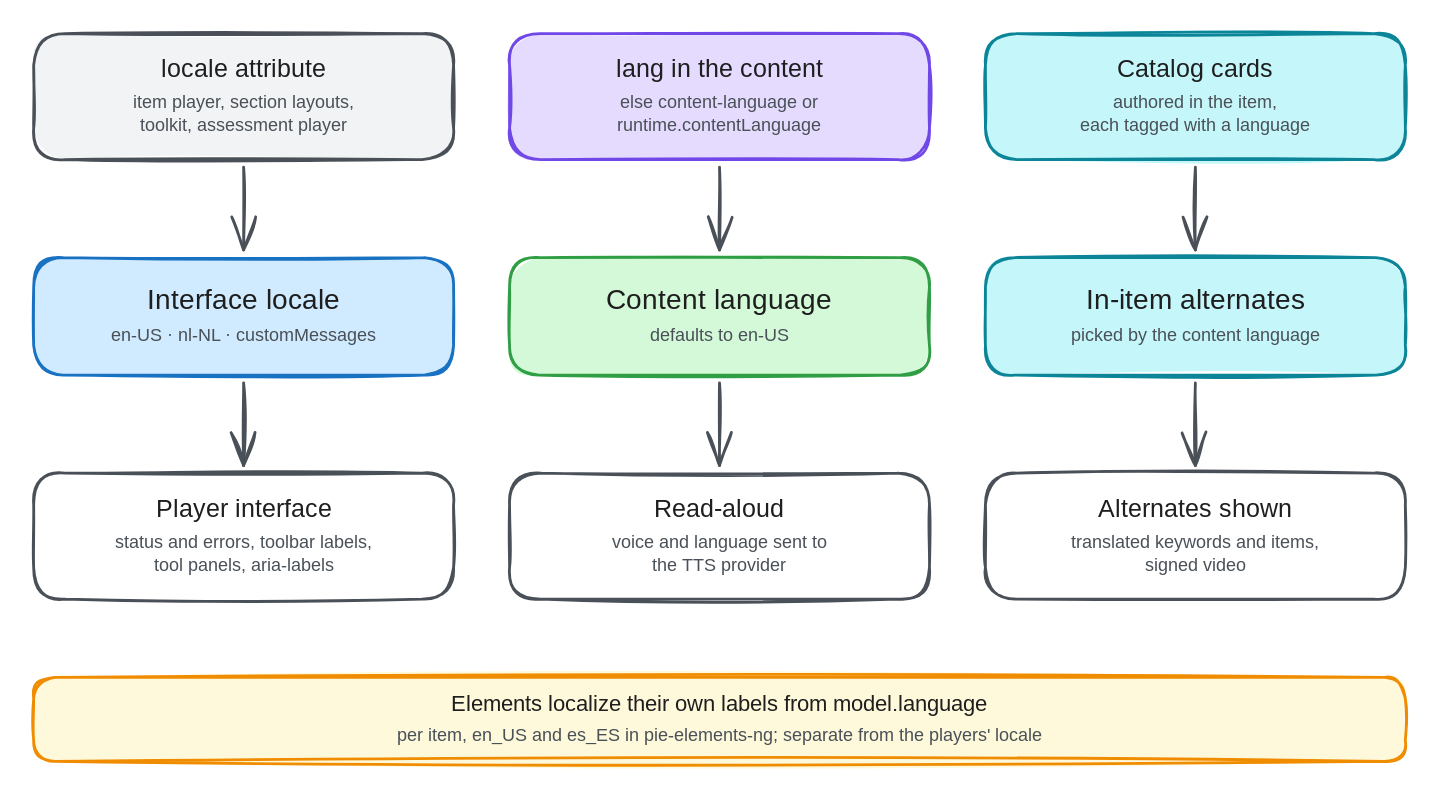
This is packages/pie-website-app/static/images/diagrams/localization-channels.excalidraw.svg from pie-framework/pie-website-ng, a Excalidraw export, as it was before one commit. Source tidied: one line per element, renumbered; positions are measured from the earlier drawing's top-left corner, leaving out a move shared by most shapes. Its diagram source:
```json
{"id": 0, "type": "rectangle", "strokeColor": "#495057", "backgroundColor": "#f1f3f5", "fillStyle": "solid", "strokeWidth": 2, "roughness": 1, "round": true, "x": 0, "y": 0, "width": 300, "height": 90}
{"id": 1, "type": "text", "text": "locale attribute", "strokeColor": "#1e1e1e", "strokeWidth": 2, "roughness": 1, "fontSize": 18, "fontFamily": 5, "textAlign": "center", "x": 81, "y": 16, "width": 137, "height": 22}
{"id": 2, "type": "text", "text": "item player, section layouts,\ntoolkit, assessment player", "strokeColor": "#495057", "strokeWidth": 2, "roughness": 1, "fontSize": 13, "fontFamily": 5, "textAlign": "center", "x": 62, "y": 42, "width": 176, "height": 32}
{"id": 3, "type": "rectangle", "strokeColor": "#1971c2", "backgroundColor": "#d0ebff", "fillStyle": "solid", "strokeWidth": 2, "roughness": 1, "round": true, "x": 0, "y": 160, "width": 300, "height": 84}
{"id": 4, "type": "text", "text": "Interface locale", "strokeColor": "#1e1e1e", "strokeWidth": 2, "roughness": 1, "fontSize": 20, "fontFamily": 5, "textAlign": "center", "x": 72, "y": 179, "width": 155, "height": 25}
{"id": 5, "type": "text", "text": "en-US · nl-NL · customMessages", "strokeColor": "#495057", "strokeWidth": 2, "roughness": 1, "fontSize": 13, "fontFamily": 5, "textAlign": "center", "x": 51, "y": 208, "width": 197, "height": 16}
{"id": 6, "type": "rectangle", "strokeColor": "#495057", "backgroundColor": "#ffffff", "fillStyle": "solid", "strokeWidth": 2, "roughness": 1, "round": true, "x": 0, "y": 314, "width": 300, "height": 90}
{"id": 7, "type": "text", "text": "Player interface", "strokeColor": "#1e1e1e", "strokeWidth": 2, "roughness": 1, "fontSize": 18, "fontFamily": 5, "textAlign": "center", "x": 80, "y": 330, "width": 140, "height": 22}
{"id": 8, "type": "text", "text": "status and errors, toolbar labels,\ntool panels, aria-labels", "strokeColor": "#495057", "strokeWidth": 2, "roughness": 1, "fontSize": 13, "fontFamily": 5, "textAlign": "center", "x": 44, "y": 356, "width": 211, "height": 32}
{"id": 9, "type": "rectangle", "strokeColor": "#7048e8", "backgroundColor": "#e5dbff", "fillStyle": "solid", "strokeWidth": 2, "roughness": 1, "round": true, "x": 340, "y": 0, "width": 300, "height": 90}
{"id": 10, "type": "text", "text": "lang in the content", "strokeColor": "#1e1e1e", "strokeWidth": 2, "roughness": 1, "fontSize": 18, "fontFamily": 5, "textAlign": "center", "x": 406, "y": 16, "width": 168, "height": 22}
{"id": 11, "type": "text", "text": "else content-language or\nruntime.contentLanguage", "strokeColor": "#495057", "strokeWidth": 2, "roughness": 1, "fontSize": 13, "fontFamily": 5, "textAlign": "center", "x": 412, "y": 42, "width": 156, "height": 32}
{"id": 12, "type": "rectangle", "strokeColor": "#2f9e44", "backgroundColor": "#d3f9d8", "fillStyle": "solid", "strokeWidth": 2, "roughness": 1, "round": true, "x": 340, "y": 160, "width": 300, "height": 84}
{"id": 13, "type": "text", "text": "Content language", "strokeColor": "#1e1e1e", "strokeWidth": 2, "roughness": 1, "fontSize": 20, "fontFamily": 5, "textAlign": "center", "x": 406, "y": 179, "width": 168, "height": 25}
{"id": 14, "type": "text", "text": "defaults to en-US", "strokeColor": "#495057", "strokeWidth": 2, "roughness": 1, "fontSize": 13, "fontFamily": 5, "textAlign": "center", "x": 432, "y": 208, "width": 115, "height": 16}
{"id": 15, "type": "rectangle", "strokeColor": "#495057", "backgroundColor": "#ffffff", "fillStyle": "solid", "strokeWidth": 2, "roughness": 1, "round": true, "x": 340, "y": 314, "width": 300, "height": 90}
{"id": 16, "type": "text", "text": "Read-aloud", "strokeColor": "#1e1e1e", "strokeWidth": 2, "roughness": 1, "fontSize": 18, "fontFamily": 5, "textAlign": "center", "x": 441, "y": 330, "width": 98, "height": 22}
{"id": 17, "type": "text", "text": "voice and language sent to\nthe TTS provider", "strokeColor": "#495057", "strokeWidth": 2, "roughness": 1, "fontSize": 13, "fontFamily": 5, "textAlign": "center", "x": 405, "y": 356, "width": 171, "height": 32}
{"id": 18, "type": "rectangle", "strokeColor": "#0c8599", "backgroundColor": "#c5f6fa", "fillStyle": "solid", "strokeWidth": 2, "roughness": 1, "round": true, "x": 680, "y": 0, "width": 300, "height": 90}
{"id": 19, "type": "text", "text": "Catalog cards", "strokeColor": "#1e1e1e", "strokeWidth": 2, "roughness": 1, "fontSize": 18, "fontFamily": 5, "textAlign": "center", "x": 769, "y": 16, "width": 122, "height": 22}
{"id": 20, "type": "text", "text": "authored in the item,\neach tagged with a language", "strokeColor": "#495057", "strokeWidth": 2, "roughness": 1, "fontSize": 13, "fontFamily": 5, "textAlign": "center", "x": 740, "y": 42, "width": 181, "height": 32}
{"id": 21, "type": "rectangle", "strokeColor": "#0c8599", "backgroundColor": "#c5f6fa", "fillStyle": "solid", "strokeWidth": 2, "roughness": 1, "round": true, "x": 680, "y": 160, "width": 300, "height": 84}
{"id": 22, "type": "text", "text": "In-item alternates", "strokeColor": "#1e1e1e", "strokeWidth": 2, "roughness": 1, "fontSize": 20, "fontFamily": 5, "textAlign": "center", "x": 741, "y": 179, "width": 178, "height": 25}
{"id": 23, "type": "text", "text": "picked by the content language", "strokeColor": "#495057", "strokeWidth": 2, "roughness": 1, "fontSize": 13, "fontFamily": 5, "textAlign": "center", "x": 731, "y": 208, "width": 198, "height": 16}
{"id": 24, "type": "rectangle", "strokeColor": "#495057", "backgroundColor": "#ffffff", "fillStyle": "solid", "strokeWidth": 2, "roughness": 1, "round": true, "x": 680, "y": 314, "width": 300, "height": 90}
{"id": 25, "type": "text", "text": "Alternates shown", "strokeColor": "#1e1e1e", "strokeWidth": 2, "roughness": 1, "fontSize": 18, "fontFamily": 5, "textAlign": "center", "x": 754, "y": 330, "width": 152, "height": 22}
{"id": 26, "type": "text", "text": "translated keywords and items,\nsigned video", "strokeColor": "#495057", "strokeWidth": 2, "roughness": 1, "fontSize": 13, "fontFamily": 5, "textAlign": "center", "x": 731, "y": 356, "width": 198, "height": 32}
{"id": 27, "type": "rectangle", "strokeColor": "#f08c00", "backgroundColor": "#fff9db", "fillStyle": "solid", "strokeWidth": 2, "roughness": 1, "round": true, "x": 0, "y": 460, "width": 980, "height": 60}
{"id": 28, "type": "text", "text": "Elements localize their own labels from model.language", "strokeColor": "#1e1e1e", "strokeWidth": 2, "roughness": 1, "fontSize": 16, "fontFamily": 5, "textAlign": "center", "x": 281, "y": 470, "width": 418, "height": 20}
{"id": 29, "type": "text", "text": "per item, en_US and es_ES in pie-elements-ng; separate from the players' locale", "strokeColor": "#495057", "strokeWidth": 2, "roughness": 1, "fontSize": 13, "fontFamily": 5, "textAlign": "center", "x": 238, "y": 494, "width": 503, "height": 16}
{"id": 30, "type": "arrow", "strokeColor": "#495057", "strokeWidth": 2, "roughness": 1, "endArrowhead": "arrow", "from": 0, "to": 3, "x": 150, "y": 96, "width": 0, "height": 59, "points": [[0, 0], [0, 59]]}
{"id": 31, "type": "arrow", "strokeColor": "#495057", "strokeWidth": 2, "roughness": 1, "endArrowhead": "arrow", "from": 3, "to": 6, "x": 150, "y": 250, "width": 0, "height": 59, "points": [[0, 0], [0, 59]]}
{"id": 32, "type": "arrow", "strokeColor": "#495057", "strokeWidth": 2, "roughness": 1, "endArrowhead": "arrow", "from": 9, "to": 12, "x": 490, "y": 96, "width": 0, "height": 59, "points": [[0, 0], [0, 59]]}
{"id": 33, "type": "arrow", "strokeColor": "#495057", "strokeWidth": 2, "roughness": 1, "endArrowhead": "arrow", "from": 12, "to": 15, "x": 490, "y": 250, "width": 0, "height": 59, "points": [[0, 0], [0, 59]]}
{"id": 34, "type": "arrow", "strokeColor": "#495057", "strokeWidth": 2, "roughness": 1, "endArrowhead": "arrow", "from": 18, "to": 21, "x": 830, "y": 96, "width": 0, "height": 59, "points": [[0, 0], [0, 59]]}
{"id": 35, "type": "arrow", "strokeColor": "#495057", "strokeWidth": 2, "roughness": 1, "endArrowhead": "arrow", "from": 21, "to": 24, "x": 830, "y": 250, "width": 0, "height": 59, "points": [[0, 0], [0, 59]]}
```
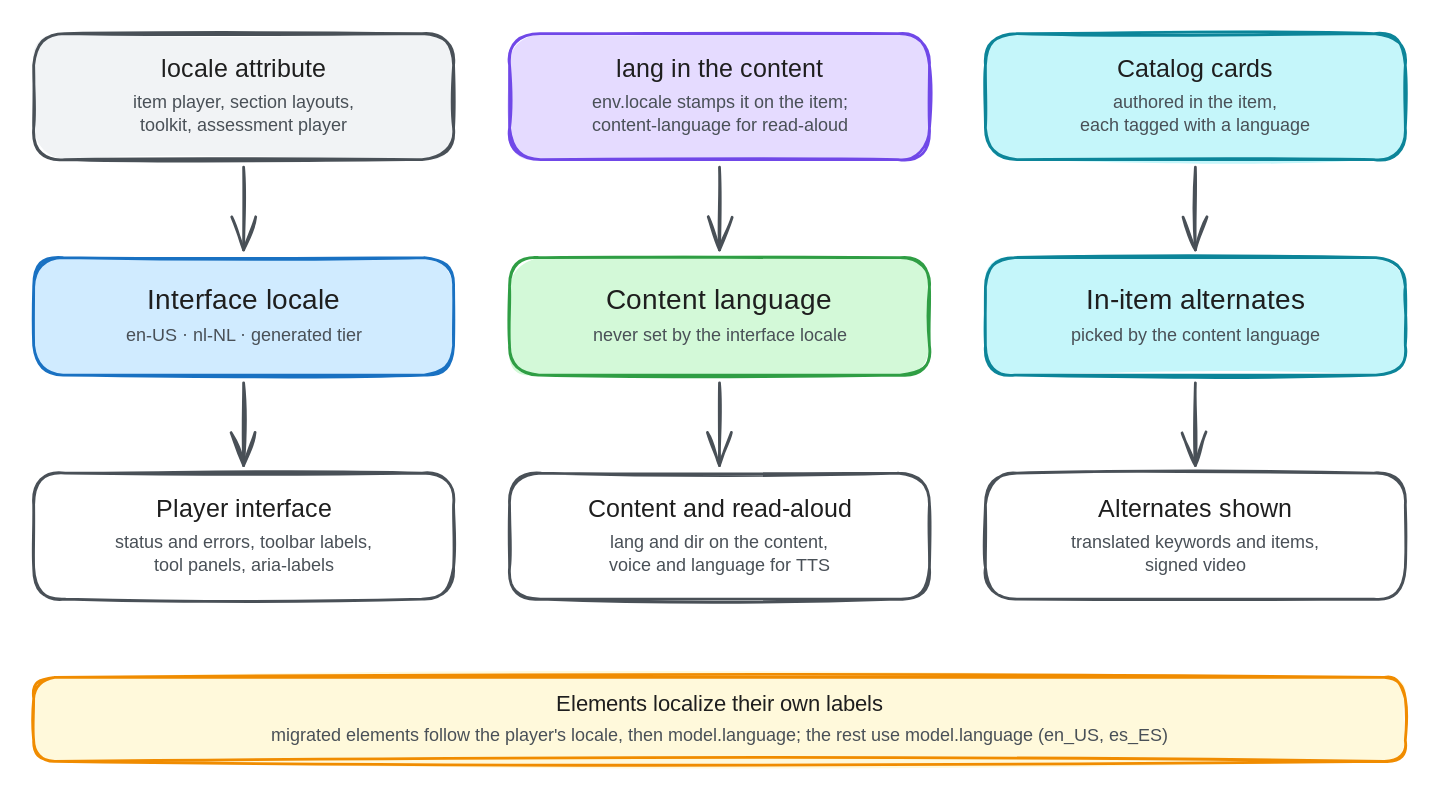
After the change.

Commit message:
docs: bring the localization page up to the players 1.0 prerelease

Covers the generated locale tier and i18n provider, env.locale content stamping, and elements that follow the interface locale.

Diff of the diagram source:
```diff
@@ -3,19 +3,19 @@
 {"id": 2, "type": "text", "text": "item player, section layouts,\ntoolkit, assessment player", "strokeColor": "#495057", "strokeWidth": 2, "roughness": 1, "fontSize": 13, "fontFamily": 5, "textAlign": "center", "x": 62, "y": 42, "width": 176, "height": 32}
 {"id": 3, "type": "rectangle", "strokeColor": "#1971c2", "backgroundColor": "#d0ebff", "fillStyle": "solid", "strokeWidth": 2, "roughness": 1, "round": true, "x": 0, "y": 160, "width": 300, "height": 84}
 {"id": 4, "type": "text", "text": "Interface locale", "strokeColor": "#1e1e1e", "strokeWidth": 2, "roughness": 1, "fontSize": 20, "fontFamily": 5, "textAlign": "center", "x": 72, "y": 179, "width": 155, "height": 25}
-{"id": 5, "type": "text", "text": "en-US · nl-NL · customMessages", "strokeColor": "#495057", "strokeWidth": 2, "roughness": 1, "fontSize": 13, "fontFamily": 5, "textAlign": "center", "x": 51, "y": 208, "width": 197, "height": 16}
+{"id": 5, "type": "text", "text": "en-US · nl-NL · generated tier", "strokeColor": "#495057", "strokeWidth": 2, "roughness": 1, "fontSize": 13, "fontFamily": 5, "textAlign": "center", "x": 51, "y": 208, "width": 197, "height": 16}
 {"id": 6, "type": "rectangle", "strokeColor": "#495057", "backgroundColor": "#ffffff", "fillStyle": "solid", "strokeWidth": 2, "roughness": 1, "round": true, "x": 0, "y": 314, "width": 300, "height": 90}
 {"id": 7, "type": "text", "text": "Player interface", "strokeColor": "#1e1e1e", "strokeWidth": 2, "roughness": 1, "fontSize": 18, "fontFamily": 5, "textAlign": "center", "x": 80, "y": 330, "width": 140, "height": 22}
 {"id": 8, "type": "text", "text": "status and errors, toolbar labels,\ntool panels, aria-labels", "strokeColor": "#495057", "strokeWidth": 2, "roughness": 1, "fontSize": 13, "fontFamily": 5, "textAlign": "center", "x": 44, "y": 356, "width": 211, "height": 32}
 {"id": 9, "type": "rectangle", "strokeColor": "#7048e8", "backgroundColor": "#e5dbff", "fillStyle": "solid", "strokeWidth": 2, "roughness": 1, "round": true, "x": 340, "y": 0, "width": 300, "height": 90}
 {"id": 10, "type": "text", "text": "lang in the content", "strokeColor": "#1e1e1e", "strokeWidth": 2, "roughness": 1, "fontSize": 18, "fontFamily": 5, "textAlign": "center", "x": 406, "y": 16, "width": 168, "height": 22}
-{"id": 11, "type": "text", "text": "else content-language or\nruntime.contentLanguage", "strokeColor": "#495057", "strokeWidth": 2, "roughness": 1, "fontSize": 13, "fontFamily": 5, "textAlign": "center", "x": 412, "y": 42, "width": 156, "height": 32}
+{"id": 11, "type": "text", "text": "env.locale stamps it on the item;\ncontent-language for read-aloud", "strokeColor": "#495057", "strokeWidth": 2, "roughness": 1, "fontSize": 13, "fontFamily": 5, "textAlign": "center", "x": 382, "y": 42, "width": 217, "height": 32}
 {"id": 12, "type": "rectangle", "strokeColor": "#2f9e44", "backgroundColor": "#d3f9d8", "fillStyle": "solid", "strokeWidth": 2, "roughness": 1, "round": true, "x": 340, "y": 160, "width": 300, "height": 84}
 {"id": 13, "type": "text", "text": "Content language", "strokeColor": "#1e1e1e", "strokeWidth": 2, "roughness": 1, "fontSize": 20, "fontFamily": 5, "textAlign": "center", "x": 406, "y": 179, "width": 168, "height": 25}
-{"id": 14, "type": "text", "text": "defaults to en-US", "strokeColor": "#495057", "strokeWidth": 2, "roughness": 1, "fontSize": 13, "fontFamily": 5, "textAlign": "center", "x": 432, "y": 208, "width": 115, "height": 16}
+{"id": 14, "type": "text", "text": "never set by the interface locale", "strokeColor": "#495057", "strokeWidth": 2, "roughness": 1, "fontSize": 13, "fontFamily": 5, "textAlign": "center", "x": 382, "y": 208, "width": 217, "height": 16}
 {"id": 15, "type": "rectangle", "strokeColor": "#495057", "backgroundColor": "#ffffff", "fillStyle": "solid", "strokeWidth": 2, "roughness": 1, "round": true, "x": 340, "y": 314, "width": 300, "height": 90}
-{"id": 16, "type": "text", "text": "Read-aloud", "strokeColor": "#1e1e1e", "strokeWidth": 2, "roughness": 1, "fontSize": 18, "fontFamily": 5, "textAlign": "center", "x": 441, "y": 330, "width": 98, "height": 22}
+{"id": 16, "type": "text", "text": "Content and read-aloud", "strokeColor": "#1e1e1e", "strokeWidth": 2, "roughness": 1, "fontSize": 18, "fontFamily": 5, "textAlign": "center", "x": 391, "y": 330, "width": 198, "height": 22}
-{"id": 17, "type": "text", "text": "voice and language sent to\nthe TTS provider", "strokeColor": "#495057", "strokeWidth": 2, "roughness": 1, "fontSize": 13, "fontFamily": 5, "textAlign": "center", "x": 405, "y": 356, "width": 171, "height": 32}
+{"id": 17, "type": "text", "text": "lang and dir on the content,\nvoice and language for TTS", "strokeColor": "#495057", "strokeWidth": 2, "roughness": 1, "fontSize": 13, "fontFamily": 5, "textAlign": "center", "x": 398, "y": 356, "width": 184, "height": 32}
 {"id": 18, "type": "rectangle", "strokeColor": "#0c8599", "backgroundColor": "#c5f6fa", "fillStyle": "solid", "strokeWidth": 2, "roughness": 1, "round": true, "x": 680, "y": 0, "width": 300, "height": 90}
 {"id": 19, "type": "text", "text": "Catalog cards", "strokeColor": "#1e1e1e", "strokeWidth": 2, "roughness": 1, "fontSize": 18, "fontFamily": 5, "textAlign": "center", "x": 769, "y": 16, "width": 122, "height": 22}
 {"id": 20, "type": "text", "text": "authored in the item,\neach tagged with a language", "strokeColor": "#495057", "strokeWidth": 2, "roughness": 1, "fontSize": 13, "fontFamily": 5, "textAlign": "center", "x": 740, "y": 42, "width": 181, "height": 32}
@@ -26,8 +26,8 @@
 {"id": 25, "type": "text", "text": "Alternates shown", "strokeColor": "#1e1e1e", "strokeWidth": 2, "roughness": 1, "fontSize": 18, "fontFamily": 5, "textAlign": "center", "x": 754, "y": 330, "width": 152, "height": 22}
 {"id": 26, "type": "text", "text": "translated keywords and items,\nsigned video", "strokeColor": "#495057", "strokeWidth": 2, "roughness": 1, "fontSize": 13, "fontFamily": 5, "textAlign": "center", "x": 731, "y": 356, "width": 198, "height": 32}
 {"id": 27, "type": "rectangle", "strokeColor": "#f08c00", "backgroundColor": "#fff9db", "fillStyle": "solid", "strokeWidth": 2, "roughness": 1, "round": true, "x": 0, "y": 460, "width": 980, "height": 60}
-{"id": 28, "type": "text", "text": "Elements localize their own labels from model.language", "strokeColor": "#1e1e1e", "strokeWidth": 2, "roughness": 1, "fontSize": 16, "fontFamily": 5, "textAlign": "center", "x": 281, "y": 470, "width": 418, "height": 20}
+{"id": 28, "type": "text", "text": "Elements localize their own labels", "strokeColor": "#1e1e1e", "strokeWidth": 2, "roughness": 1, "fontSize": 16, "fontFamily": 5, "textAlign": "center", "x": 358, "y": 470, "width": 263, "height": 20}
-{"id": 29, "type": "text", "text": "per item, en_US and es_ES in pie-elements-ng; separate from the players' locale", "strokeColor": "#495057", "strokeWidth": 2, "roughness": 1, "fontSize": 13, "fontFamily": 5, "textAlign": "center", "x": 238, "y": 494, "width": 503, "height": 16}
+{"id": 29, "type": "text", "text": "migrated elements follow the player's locale, then model.language; the rest use model.language (en_US, es_ES)", "strokeColor": "#495057", "strokeWidth": 2, "roughness": 1, "fontSize": 13, "fontFamily": 5, "textAlign": "center", "x": 132, "y": 494, "width": 716, "height": 16}
 {"id": 30, "type": "arrow", "strokeColor": "#495057", "strokeWidth": 2, "roughness": 1, "endArrowhead": "arrow", "from": 0, "to": 3, "x": 150, "y": 96, "width": 0, "height": 59, "points": [[0, 0], [0, 59]]}
 {"id": 31, "type": "arrow", "strokeColor": "#495057", "strokeWidth": 2, "roughness": 1, "endArrowhead": "arrow", "from": 3, "to": 6, "x": 150, "y": 250, "width": 0, "height": 59, "points": [[0, 0], [0, 59]]}
 {"id": 32, "type": "arrow", "strokeColor": "#495057", "strokeWidth": 2, "roughness": 1, "endArrowhead": "arrow", "from": 9, "to": 12, "x": 490, "y": 96, "width": 0, "height": 59, "points": [[0, 0], [0, 59]]}
```
